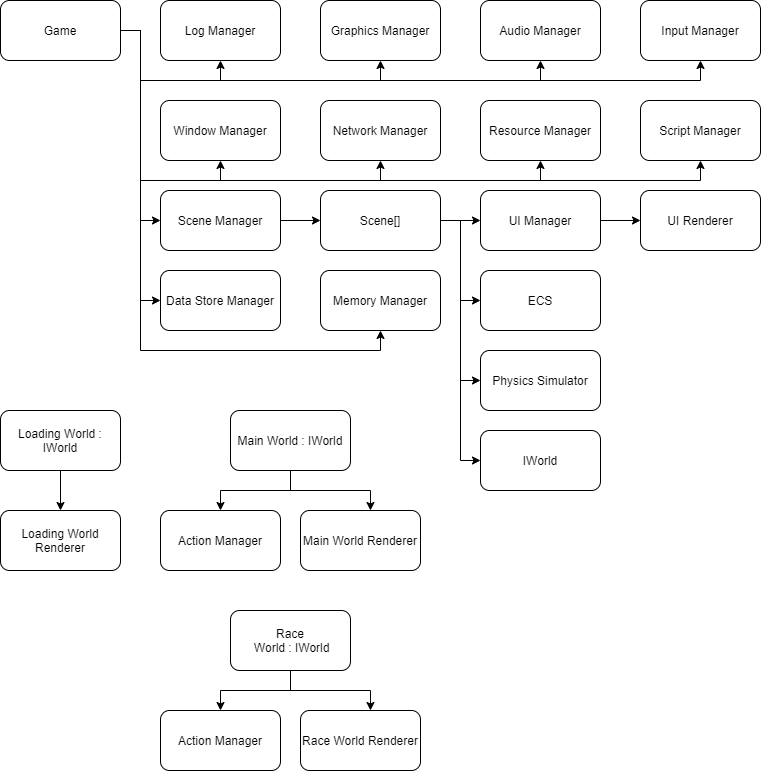
Earlier version of the draw.io export documentation/technical_architecture/images/server_class_structure_overview.drawio.png (snowmeltarcade/projectbirdracing). Source tidied: cells renumbered, new cells last; positions are measured from the earlier drawing's top-left corner, leaving out a move shared by most shapes.
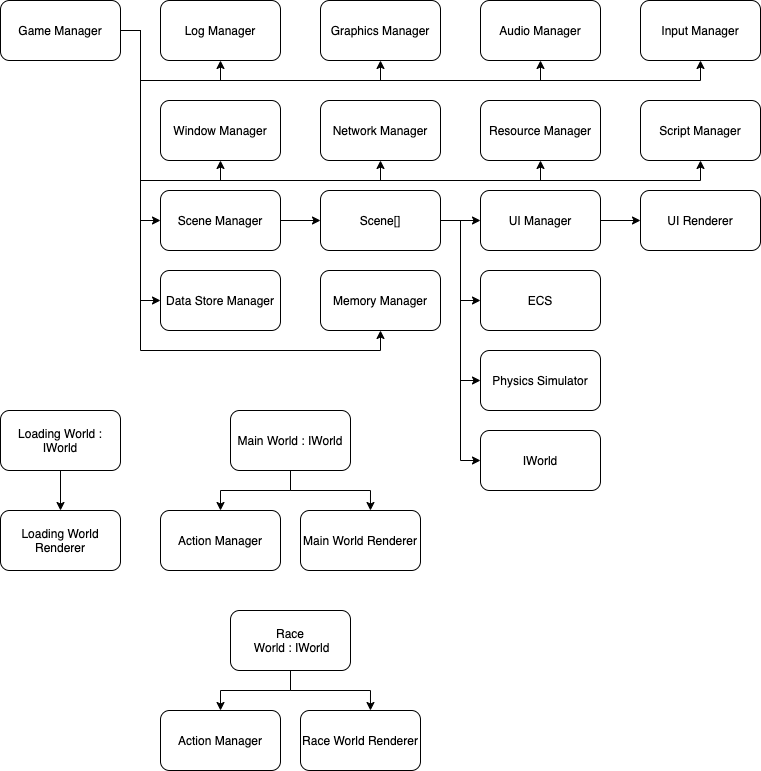
Later version of the same file.

Diff of the diagram source:
```diff
@@ -77,7 +77,7 @@
         </Array>
       </mxGeometry>
     </mxCell>
-    <mxCell id="13" value="Game" style="rounded=1;whiteSpace=wrap;html=1;" parent="1" vertex="1">
+    <mxCell id="13" value="Game Manager" style="rounded=1;whiteSpace=wrap;html=1;" parent="1" vertex="1">
       <mxGeometry width="120" height="60" as="geometry" />
     </mxCell>
     <mxCell id="14" value="Log Manager" style="rounded=1;whiteSpace=wrap;html=1;" parent="1" vertex="1">
```
